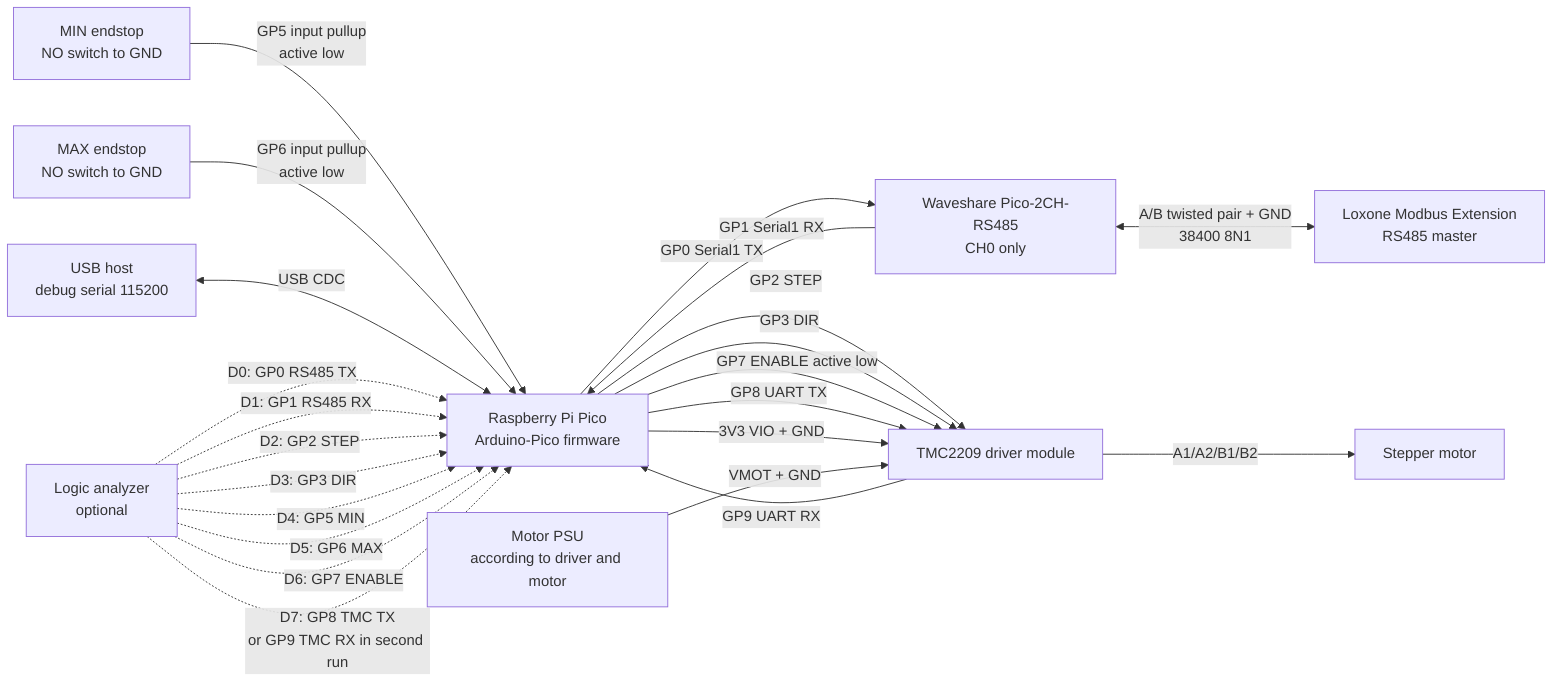
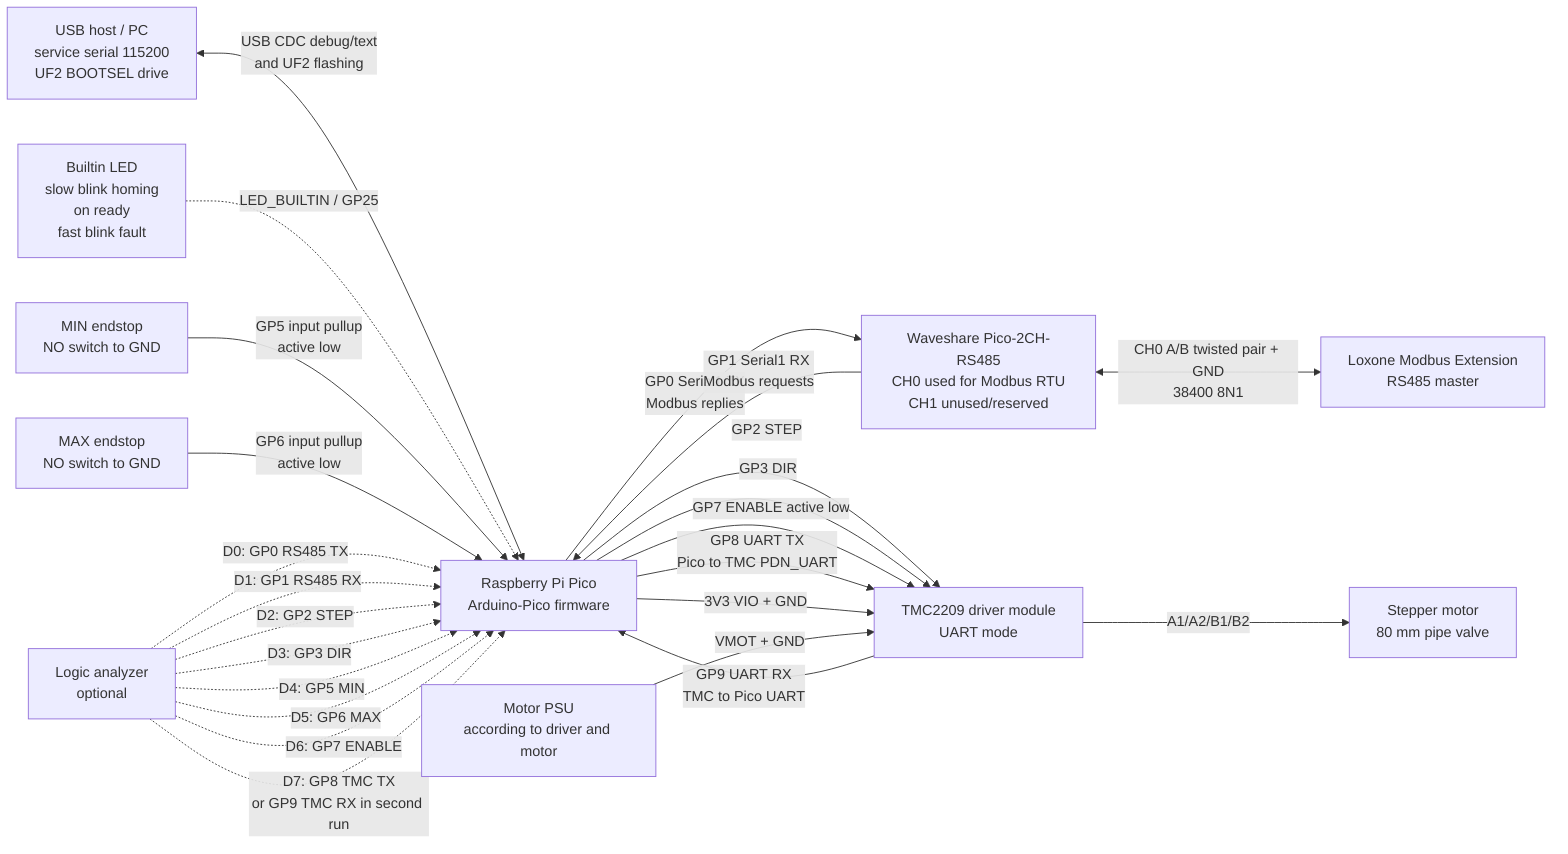
flowchart LR
  Pico["Raspberry Pi Pico<br/>Arduino-Pico firmware"]
-   Rs485["Waveshare Pico-2CH-RS485<br/>CH0 only"]
+   Usb["USB host / PC<br/>service serial 115200<br/>UF2 BOOTSEL drive"]
+   Led["Builtin LED<br/>slow blink homing<br/>on ready<br/>fast blink fault"]
+   Rs485["Waveshare Pico-2CH-RS485<br/>CH0 used for Modbus RTU<br/>CH1 unused/reserved"]
  Loxone["Loxone Modbus Extension<br/>RS485 master"]
-   Tmc["TMC2209 driver module"]
-   Motor["Stepper motor"]
+   Tmc["TMC2209 driver module<br/>UART mode"]
+   Motor["Stepper motor<br/>80 mm pipe valve"]
  Min["MIN endstop<br/>NO switch to GND"]
  Max["MAX endstop<br/>NO switch to GND"]
  Psu["Motor PSU<br/>according to driver and motor"]
  La["Logic analyzer<br/>optional"]
-   Usb["USB host<br/>debug serial 115200"]

-   Pico -- "GP0 Serial1 TX" --> Rs485
-   Rs485 -- "GP1 Serial1 RX" --> Pico
-   Rs485 <-->|"A/B twisted pair + GND<br/>38400 8N1"| Loxone
+   Usb <-->|"USB CDC debug/text<br/>and UF2 flashing"| Pico
+   Led -. "LED_BUILTIN / GP25" .-> Pico
+ 
+   Pico -- "GP0 Serial1 TX<br/>Modbus replies" --> Rs485
+   Rs485 -- "GP1 Serial1 RX<br/>Modbus requests" --> Pico
+   Rs485 <-->|"CH0 A/B twisted pair + GND<br/>38400 8N1"| Loxone

  Pico -- "GP2 STEP" --> Tmc
  Pico -- "GP3 DIR" --> Tmc
  Pico -- "GP7 ENABLE active low" --> Tmc
-   Pico -- "GP8 UART TX" --> Tmc
-   Tmc -- "GP9 UART RX" --> Pico
+   Pico -- "GP8 UART TX<br/>Pico to TMC PDN_UART" --> Tmc
+   Tmc -- "GP9 UART RX<br/>TMC to Pico UART" --> Pico
  Pico -- "3V3 VIO + GND" --> Tmc
  Psu -- "VMOT + GND" --> Tmc
  Tmc -- "A1/A2/B1/B2" --> Motor

  Min -- "GP5 input pullup<br/>active low" --> Pico
  Max -- "GP6 input pullup<br/>active low" --> Pico
-   Usb <-->|"USB CDC"| Pico

  La -. "D0: GP0 RS485 TX" .-> Pico
  La -. "D1: GP1 RS485 RX" .-> Pico
  La -. "D2: GP2 STEP" .-> Pico
  La -. "D3: GP3 DIR" .-> Pico
  La -. "D4: GP5 MIN" .-> Pico
  La -. "D5: GP6 MAX" .-> Pico
  La -. "D6: GP7 ENABLE" .-> Pico
  La -. "D7: GP8 TMC TX<br/>or GP9 TMC RX in second run" .-> Pico
